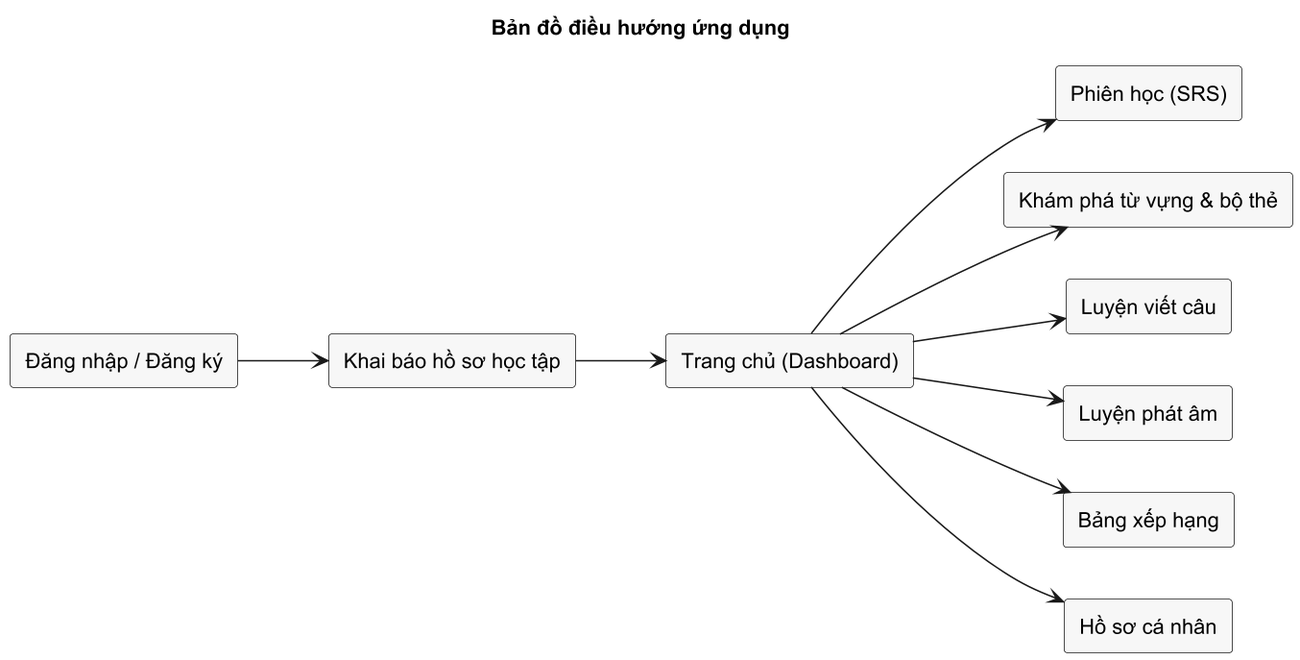
This is docs/report/images/ui-sitemap.png from XuanVietK67/learning_vocab_backend, a PlantUML export, as it was before one commit.
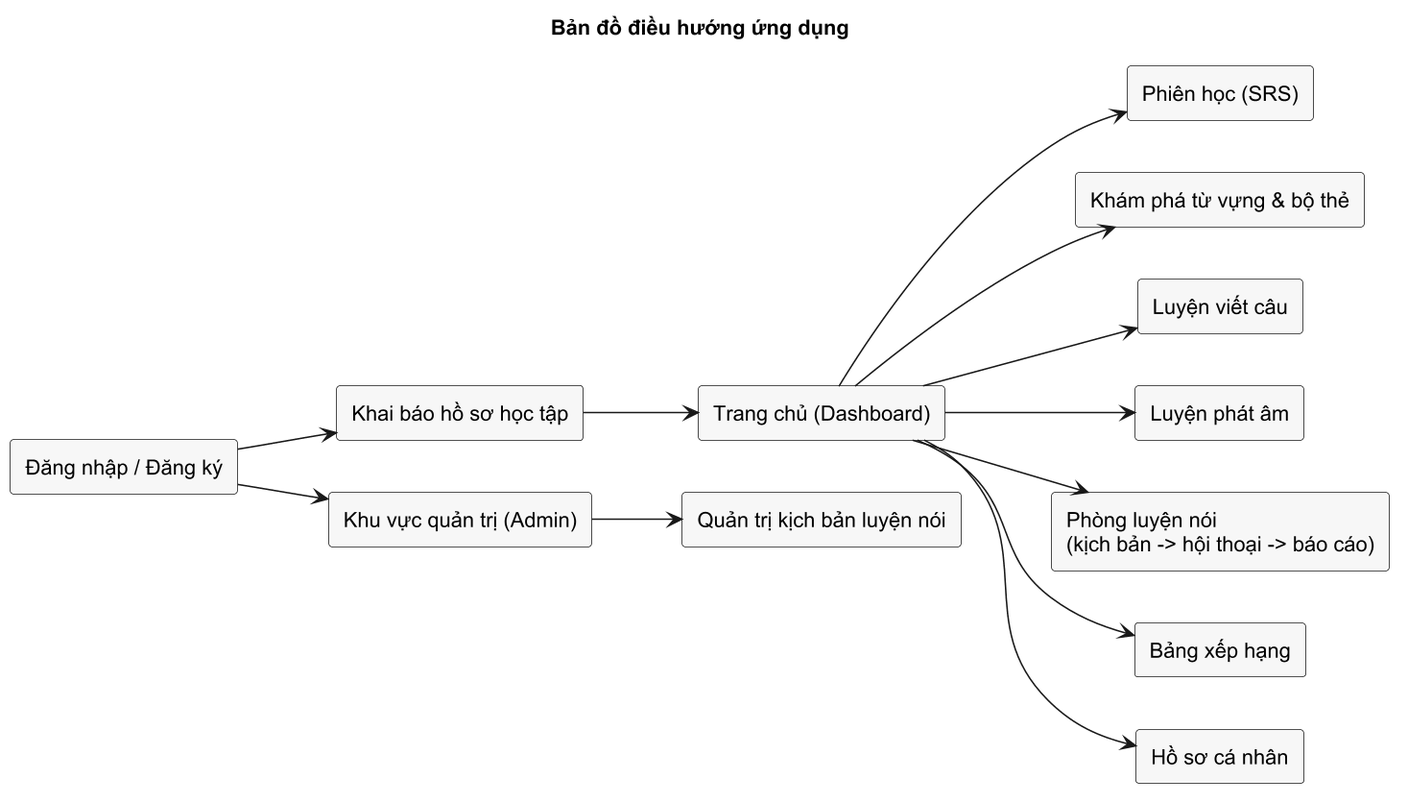
Later version of the same file.

The edit, as a diff of the source:
```diff
@@ -1,4 +1,5 @@
 @startuml ui-sitemap
+skinparamlocked metana null
 skinparam dpi 150
 skinparam defaultFontName Arial
 title Bản đồ điều hướng ứng dụng
@@ -13,14 +14,20 @@
 rectangle "Khám phá từ vựng & bộ thẻ" as explore
 rectangle "Luyện viết câu" as practice
 rectangle "Luyện phát âm" as pron
+rectangle "Phòng luyện nói\n(kịch bản -> hội thoại -> báo cáo)" as speak
 rectangle "Bảng xếp hạng" as board
 rectangle "Hồ sơ cá nhân" as profile
+rectangle "Khu vực quản trị (Admin)" as admin
+rectangle "Quản trị kịch bản luyện nói" as adminscn
 login --> onboard
 onboard --> home
 home --> learn
 home --> explore
 home --> practice
 home --> pron
+home --> speak
 home --> board
 home --> profile
+login --> admin
+admin --> adminscn
 @enduml
```
